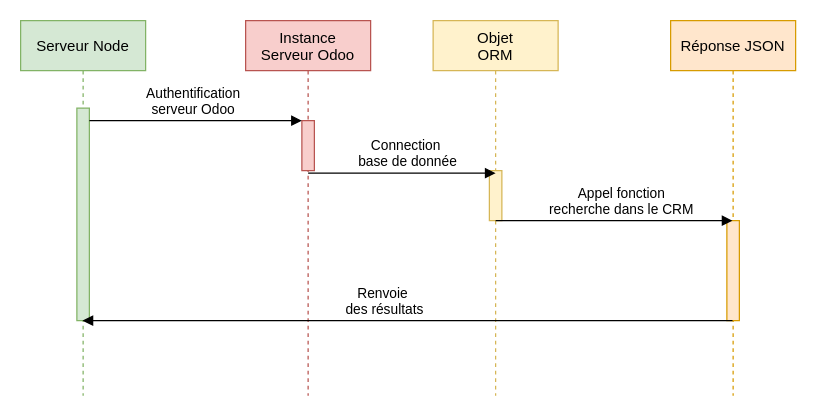
The draw.io diagram sequence.drawio in BriceCG/images, before the edit. Source tidied: cells renumbered, new cells numbered last; positions are measured from the earlier drawing's top-left corner, leaving out a move shared by most shapes. Both pictures are drawn from the tidied source at 125%, with x=0, y=0 at pixel (20, 20).
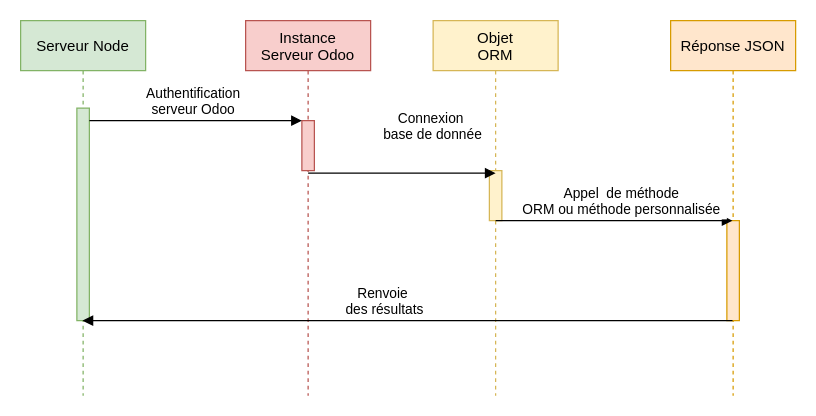
The same diagram, later.

The edit, as a diff of the source:
```diff
@@
 <mxGraphModel>
   <root>
     <mxCell id="0" />
     <mxCell id="1" parent="0" />
     <mxCell id="2" value="Serveur Node" style="shape=umlLifeline;perimeter=lifelinePerimeter;rounded=0;shadow=0;strokeWidth=1;fillColor=#d5e8d4;strokeColor=#82b366;" parent="1" vertex="1">
       <mxGeometry width="100" height="300" as="geometry" />
     </mxCell>
     <mxCell id="3" style="points=[];perimeter=orthogonalPerimeter;rounded=0;shadow=0;strokeWidth=1;fillColor=#d5e8d4;strokeColor=#82b366;" parent="2" vertex="1">
       <mxGeometry x="45" y="70" width="10" height="170" as="geometry" />
     </mxCell>
     <mxCell id="4" value="Instance&#10;Serveur Odoo" style="shape=umlLifeline;perimeter=lifelinePerimeter;rounded=0;shadow=0;strokeWidth=1;fillColor=#f8cecc;strokeColor=#b85450;" parent="1" vertex="1">
       <mxGeometry x="180" width="100" height="300" as="geometry" />
     </mxCell>
     <mxCell id="5" style="points=[];perimeter=orthogonalPerimeter;rounded=0;shadow=0;strokeWidth=1;fillColor=#f8cecc;strokeColor=#b85450;" parent="4" vertex="1">
       <mxGeometry x="45" y="80" width="10" height="40" as="geometry" />
     </mxCell>
     <mxCell id="6" value="Authentification &#10;serveur Odoo " style="verticalAlign=bottom;endArrow=block;entryX=0;entryY=0;shadow=0;strokeWidth=1;" parent="1" edge="1" source="3" target="5">
       <mxGeometry relative="1" as="geometry" />
     </mxCell>
     <mxCell id="7" value="Objet&#10;ORM" style="shape=umlLifeline;perimeter=lifelinePerimeter;rounded=0;shadow=0;strokeWidth=1;fillColor=#fff2cc;strokeColor=#d6b656;" parent="1" vertex="1">
       <mxGeometry x="330" width="100" height="300" as="geometry" />
     </mxCell>
     <mxCell id="8" style="perimeter=orthogonalPerimeter;rounded=0;shadow=0;strokeWidth=1;fillColor=#fff2cc;strokeColor=#d6b656;" parent="7" vertex="1">
       <mxGeometry x="45" y="120" width="10" height="40" as="geometry" />
     </mxCell>
     <mxCell id="9" value="Réponse JSON" style="shape=umlLifeline;perimeter=lifelinePerimeter;rounded=0;shadow=0;strokeWidth=1;fillColor=#ffe6cc;strokeColor=#d79b00;" parent="1" vertex="1">
       <mxGeometry x="520" width="100" height="300" as="geometry" />
     </mxCell>
     <mxCell id="10" style="perimeter=orthogonalPerimeter;rounded=0;shadow=0;strokeWidth=1;fillColor=#ffe6cc;strokeColor=#d79b00;" parent="9" vertex="1">
       <mxGeometry x="45" y="160" width="10" height="80" as="geometry" />
     </mxCell>
-    <mxCell id="11" value="Connection &#10;base de donnée" style="verticalAlign=bottom;endArrow=block;shadow=0;strokeWidth=1;entryX=0.5;entryY=0;entryDx=0;entryDy=0;entryPerimeter=0;" parent="1" edge="1">
-      <mxGeometry x="0.07" relative="1" as="geometry">
+    <mxCell id="11" value="Connexion &#10;base de donnée" style="verticalAlign=bottom;endArrow=block;shadow=0;strokeWidth=1;entryX=0.5;entryY=0;entryDx=0;entryDy=0;entryPerimeter=0;" parent="1" edge="1">
+      <mxGeometry x="0.33" y="22" relative="1" as="geometry">
         <mxPoint x="230" y="122" as="sourcePoint" />
         <mxPoint x="380" y="122" as="targetPoint" />
       </mxGeometry>
     </mxCell>
-    <mxCell id="12" value="Appel fonction&#10;recherche dans le CRM" style="verticalAlign=bottom;endArrow=block;shadow=0;strokeWidth=1;" parent="1" edge="1" target="9">
+    <mxCell id="12" value="Appel  de méthode&#10; ORM ou méthode personnalisée " style="verticalAlign=bottom;endArrow=block;shadow=0;strokeWidth=1;" parent="1" edge="1" target="9">
       <mxGeometry x="0.07" relative="1" as="geometry">
         <mxPoint x="380" y="160" as="sourcePoint" />
       </mxGeometry>
     </mxCell>
     <mxCell id="13" value="Renvoie &#10;des résultats" style="verticalAlign=bottom;endArrow=block;shadow=0;strokeWidth=1;" parent="1" edge="1" source="9" target="2">
       <mxGeometry x="0.07" relative="1" as="geometry">
         <Array as="points">
           <mxPoint x="290" y="240" />
         </Array>
       </mxGeometry>
     </mxCell>
   </root>
 </mxGraphModel>
```
